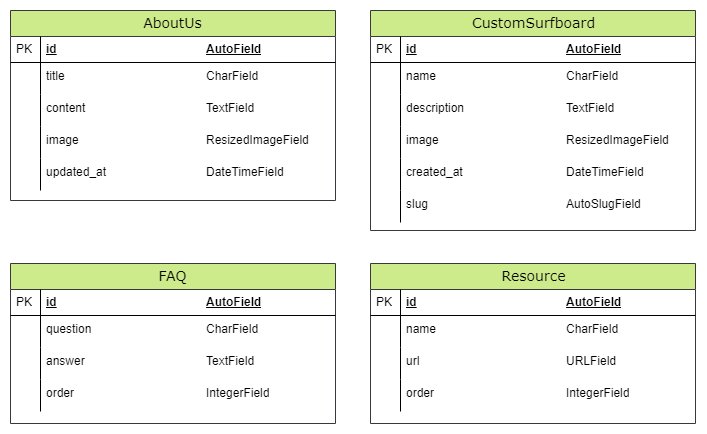
Earlier version of the draw.io export documentation/erd-about.png (g-omarsdottir/shaping-sustainable-surf). Source tidied: cells renumbered, new cells last; positions are measured from the earlier drawing's top-left corner, leaving out a move shared by most shapes.
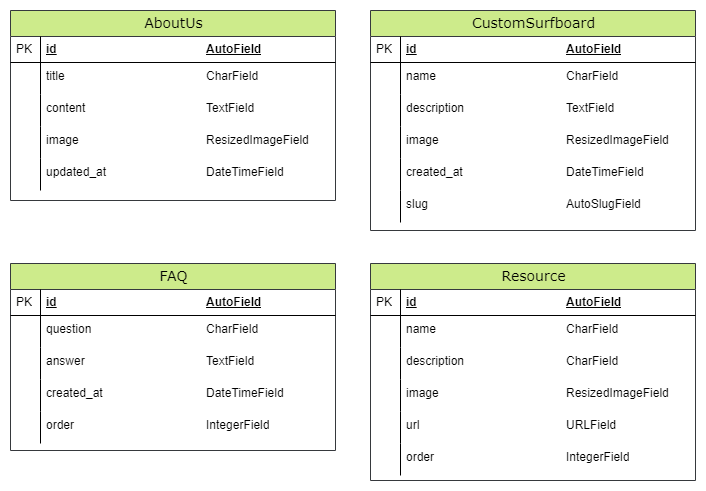
Above is the later version.

Commit message:
Refactor about / models

What changed in the source:
```diff
@@ -36,7 +36,7 @@
       <mxGeometry width="30" height="32" as="geometry" />
     </mxCell>
     <mxCell id="13" value="FAQ" style="swimlane;html=1;fontStyle=0;horizontal=1;startSize=26;fillColor=#cdeb8b;swimlaneFillColor=#ffffff;align=center;rounded=0;shadow=0;comic=0;labelBackgroundColor=none;strokeWidth=1;fontFamily=Verdana;fontSize=14;strokeColor=#36393d;" parent="1" vertex="1">
-      <mxGeometry y="253" width="325" height="160" as="geometry" />
+      <mxGeometry y="253" width="325" height="187" as="geometry" />
     </mxCell>
     <mxCell id="14" value="id&lt;span style=&quot;white-space: pre;&quot;&gt;&#9;&lt;/span&gt;&lt;span style=&quot;white-space: pre;&quot;&gt;&#9;&lt;/span&gt;&lt;span style=&quot;white-space: pre;&quot;&gt;&#9;&lt;/span&gt;&lt;span style=&quot;white-space: pre;&quot;&gt;&#9;&lt;/span&gt;&lt;span style=&quot;white-space: pre;&quot;&gt;&#9;&lt;/span&gt;&lt;span style=&quot;white-space: pre;&quot;&gt;&#9;&lt;/span&gt;AutoField" style="shape=partialRectangle;top=0;left=0;right=0;bottom=1;html=1;align=left;verticalAlign=middle;fillColor=none;spacingLeft=34;spacingRight=4;whiteSpace=wrap;overflow=hidden;fontStyle=5;" parent="13" vertex="1">
       <mxGeometry y="26" width="325" height="26" as="geometry" />
@@ -56,8 +56,14 @@
     <mxCell id="19" style="shape=partialRectangle;top=0;left=0;bottom=0;html=1;fillColor=none;align=left;verticalAlign=top;spacingLeft=4;spacingRight=4;whiteSpace=wrap;overflow=hidden;" parent="18" vertex="1">
       <mxGeometry width="30" height="32" as="geometry" />
     </mxCell>
+    <mxCell id="44" value="created_at&lt;span style=&quot;white-space: pre;&quot;&gt;&#9;&lt;/span&gt;&lt;span style=&quot;white-space: pre;&quot;&gt;&#9;&lt;/span&gt;&lt;span style=&quot;white-space: pre;&quot;&gt;&#9;&lt;/span&gt;&lt;span style=&quot;white-space: pre;&quot;&gt;&#9;&lt;/span&gt;DateTimeField" style="shape=partialRectangle;top=0;left=0;right=0;bottom=0;html=1;align=left;verticalAlign=top;fillColor=none;spacingLeft=34;spacingRight=4;whiteSpace=wrap;overflow=hidden;" parent="13" vertex="1">
+      <mxGeometry y="116" width="325" height="32" as="geometry" />
+    </mxCell>
+    <mxCell id="45" style="shape=partialRectangle;top=0;left=0;bottom=0;html=1;fillColor=none;align=left;verticalAlign=top;spacingLeft=4;spacingRight=4;whiteSpace=wrap;overflow=hidden;" parent="44" vertex="1">
+      <mxGeometry width="30" height="32" as="geometry" />
+    </mxCell>
     <mxCell id="20" value="order&lt;span style=&quot;white-space: pre;&quot;&gt;&#9;&lt;/span&gt;&lt;span style=&quot;white-space: pre;&quot;&gt;&#9;&lt;/span&gt;&lt;span style=&quot;white-space: pre;&quot;&gt;&#9;&lt;/span&gt;&lt;span style=&quot;white-space: pre;&quot;&gt;&#9;&lt;/span&gt;&lt;span style=&quot;white-space: pre;&quot;&gt;&#9;&lt;/span&gt;IntegerField" style="shape=partialRectangle;top=0;left=0;right=0;bottom=0;html=1;align=left;verticalAlign=top;fillColor=none;spacingLeft=34;spacingRight=4;whiteSpace=wrap;overflow=hidden;" parent="13" vertex="1">
-      <mxGeometry y="116" width="325" height="32" as="geometry" />
+      <mxGeometry y="148" width="325" height="32" as="geometry" />
     </mxCell>
     <mxCell id="21" style="shape=partialRectangle;top=0;left=0;bottom=0;html=1;fillColor=none;align=left;verticalAlign=top;spacingLeft=4;spacingRight=4;whiteSpace=wrap;overflow=hidden;" parent="20" vertex="1">
       <mxGeometry width="30" height="32" as="geometry" />
@@ -102,7 +108,7 @@
       <mxGeometry width="30" height="32" as="geometry" />
     </mxCell>
     <mxCell id="35" value="Resource" style="swimlane;html=1;fontStyle=0;horizontal=1;startSize=26;fillColor=#cdeb8b;swimlaneFillColor=#ffffff;align=center;rounded=0;shadow=0;comic=0;labelBackgroundColor=none;strokeWidth=1;fontFamily=Verdana;fontSize=14;strokeColor=#36393d;" parent="1" vertex="1">
-      <mxGeometry x="360" y="253" width="325" height="160" as="geometry" />
+      <mxGeometry x="360" y="253" width="325" height="217" as="geometry" />
     </mxCell>
     <mxCell id="36" value="id&lt;span style=&quot;white-space: pre;&quot;&gt;&#9;&lt;/span&gt;&lt;span style=&quot;white-space: pre;&quot;&gt;&#9;&lt;/span&gt;&lt;span style=&quot;white-space: pre;&quot;&gt;&#9;&lt;/span&gt;&lt;span style=&quot;white-space: pre;&quot;&gt;&#9;&lt;/span&gt;&lt;span style=&quot;white-space: pre;&quot;&gt;&#9;&lt;/span&gt;&lt;span style=&quot;white-space: pre;&quot;&gt;&#9;&lt;/span&gt;AutoField" style="shape=partialRectangle;top=0;left=0;right=0;bottom=1;html=1;align=left;verticalAlign=middle;fillColor=none;spacingLeft=34;spacingRight=4;whiteSpace=wrap;overflow=hidden;fontStyle=5;" parent="35" vertex="1">
       <mxGeometry y="26" width="325" height="26" as="geometry" />
@@ -116,14 +122,26 @@
     <mxCell id="39" style="shape=partialRectangle;top=0;left=0;bottom=0;html=1;fillColor=none;align=left;verticalAlign=top;spacingLeft=4;spacingRight=4;whiteSpace=wrap;overflow=hidden;" parent="38" vertex="1">
       <mxGeometry width="30" height="32" as="geometry" />
     </mxCell>
+    <mxCell id="46" value="description&lt;span style=&quot;white-space: pre;&quot;&gt;&#9;&lt;/span&gt;&lt;span style=&quot;white-space: pre;&quot;&gt;&#9;&lt;/span&gt;&lt;span style=&quot;white-space: pre;&quot;&gt;&#9;&lt;/span&gt;&lt;span style=&quot;white-space: pre;&quot;&gt;&#9;&lt;/span&gt;CharField" style="shape=partialRectangle;top=0;left=0;right=0;bottom=0;html=1;align=left;verticalAlign=top;fillColor=none;spacingLeft=34;spacingRight=4;whiteSpace=wrap;overflow=hidden;" parent="35" vertex="1">
+      <mxGeometry y="84" width="325" height="32" as="geometry" />
+    </mxCell>
+    <mxCell id="47" style="shape=partialRectangle;top=0;left=0;bottom=0;html=1;fillColor=none;align=left;verticalAlign=top;spacingLeft=4;spacingRight=4;whiteSpace=wrap;overflow=hidden;" parent="46" vertex="1">
+      <mxGeometry width="30" height="32" as="geometry" />
+    </mxCell>
+    <mxCell id="48" value="image&lt;span style=&quot;white-space: pre;&quot;&gt;&#9;&lt;/span&gt;&lt;span style=&quot;white-space: pre;&quot;&gt;&#9;&lt;/span&gt;&lt;span style=&quot;white-space: pre;&quot;&gt;&#9;&lt;/span&gt;&lt;span style=&quot;white-space: pre;&quot;&gt;&#9;&lt;/span&gt;&lt;span style=&quot;white-space: pre;&quot;&gt;&#9;&lt;/span&gt;ResizedImageField" style="shape=partialRectangle;top=0;left=0;right=0;bottom=0;html=1;align=left;verticalAlign=top;fillColor=none;spacingLeft=34;spacingRight=4;whiteSpace=wrap;overflow=hidden;" parent="35" vertex="1">
+      <mxGeometry y="116" width="325" height="32" as="geometry" />
+    </mxCell>
+    <mxCell id="49" style="shape=partialRectangle;top=0;left=0;bottom=0;html=1;fillColor=none;align=left;verticalAlign=top;spacingLeft=4;spacingRight=4;whiteSpace=wrap;overflow=hidden;" parent="48" vertex="1">
+      <mxGeometry width="30" height="32" as="geometry" />
+    </mxCell>
     <mxCell id="40" value="url&lt;span style=&quot;white-space: pre;&quot;&gt;&#9;&lt;/span&gt;&lt;span style=&quot;white-space: pre;&quot;&gt;&#9;&lt;/span&gt;&lt;span style=&quot;white-space: pre;&quot;&gt;&#9;&lt;/span&gt;&lt;span style=&quot;white-space: pre;&quot;&gt;&#9;&lt;/span&gt;&lt;span style=&quot;white-space: pre;&quot;&gt;&#9;&lt;/span&gt;&lt;span style=&quot;white-space: pre;&quot;&gt;&#9;&lt;/span&gt;URLField" style="shape=partialRectangle;top=0;left=0;right=0;bottom=0;html=1;align=left;verticalAlign=top;fillColor=none;spacingLeft=34;spacingRight=4;whiteSpace=wrap;overflow=hidden;" parent="35" vertex="1">
-      <mxGeometry y="84" width="325" height="32" as="geometry" />
+      <mxGeometry y="148" width="325" height="32" as="geometry" />
     </mxCell>
     <mxCell id="41" style="shape=partialRectangle;top=0;left=0;bottom=0;html=1;fillColor=none;align=left;verticalAlign=top;spacingLeft=4;spacingRight=4;whiteSpace=wrap;overflow=hidden;" parent="40" vertex="1">
       <mxGeometry width="30" height="32" as="geometry" />
     </mxCell>
     <mxCell id="42" value="order&lt;span style=&quot;white-space: pre;&quot;&gt;&#9;&lt;/span&gt;&lt;span style=&quot;white-space: pre;&quot;&gt;&#9;&lt;/span&gt;&lt;span style=&quot;white-space: pre;&quot;&gt;&#9;&lt;/span&gt;&lt;span style=&quot;white-space: pre;&quot;&gt;&#9;&lt;/span&gt;&lt;span style=&quot;white-space: pre;&quot;&gt;&#9;&lt;/span&gt;IntegerField" style="shape=partialRectangle;top=0;left=0;right=0;bottom=0;html=1;align=left;verticalAlign=top;fillColor=none;spacingLeft=34;spacingRight=4;whiteSpace=wrap;overflow=hidden;" parent="35" vertex="1">
-      <mxGeometry y="116" width="325" height="32" as="geometry" />
+      <mxGeometry y="180" width="325" height="32" as="geometry" />
     </mxCell>
     <mxCell id="43" style="shape=partialRectangle;top=0;left=0;bottom=0;html=1;fillColor=none;align=left;verticalAlign=top;spacingLeft=4;spacingRight=4;whiteSpace=wrap;overflow=hidden;" parent="42" vertex="1">
       <mxGeometry width="30" height="32" as="geometry" />
```
